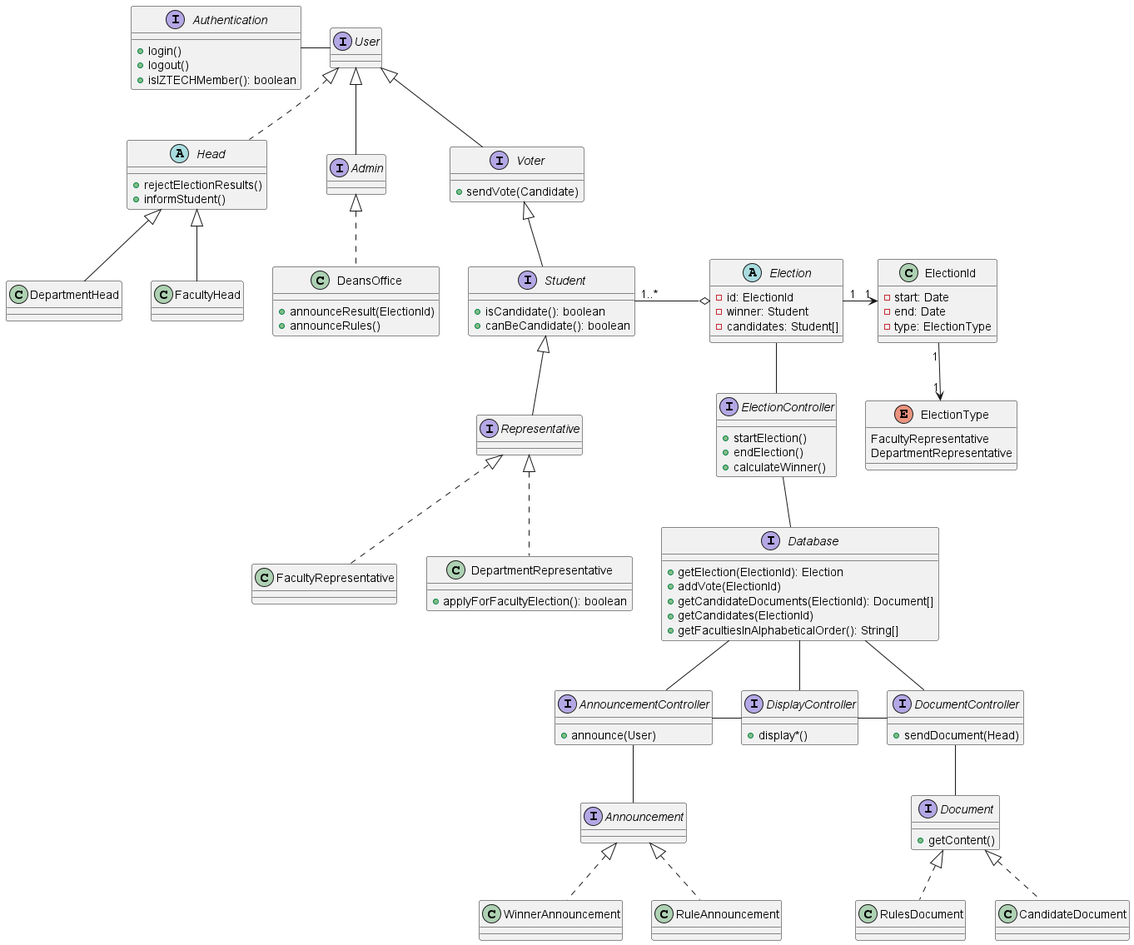
Malik-Hinnawi/Project-1_Election-Project-Diagrams keeps this PlantUML diagram as diagrams/logical-viewpoint.png. Above is the earlier version.
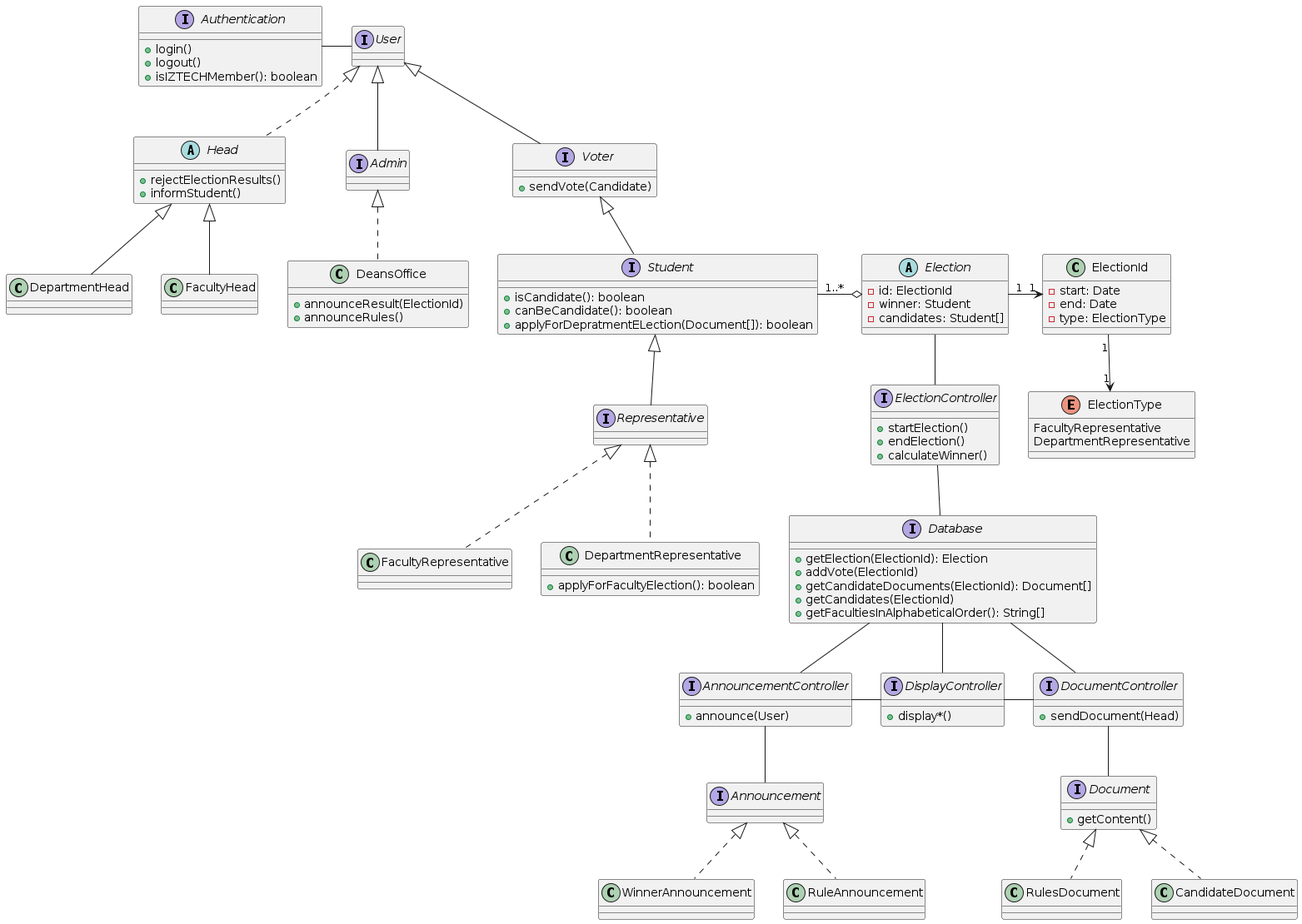
The same file after the commit.

Commit message:
Updated Student Interface.

Diff of the diagram source:
```diff
@@ -52,6 +52,7 @@
 interface Student extends Voter {
     +isCandidate(): boolean
     +canBeCandidate(): boolean
+    +applyForDepratmentELection(Document[]): boolean
 }
 
 
```
